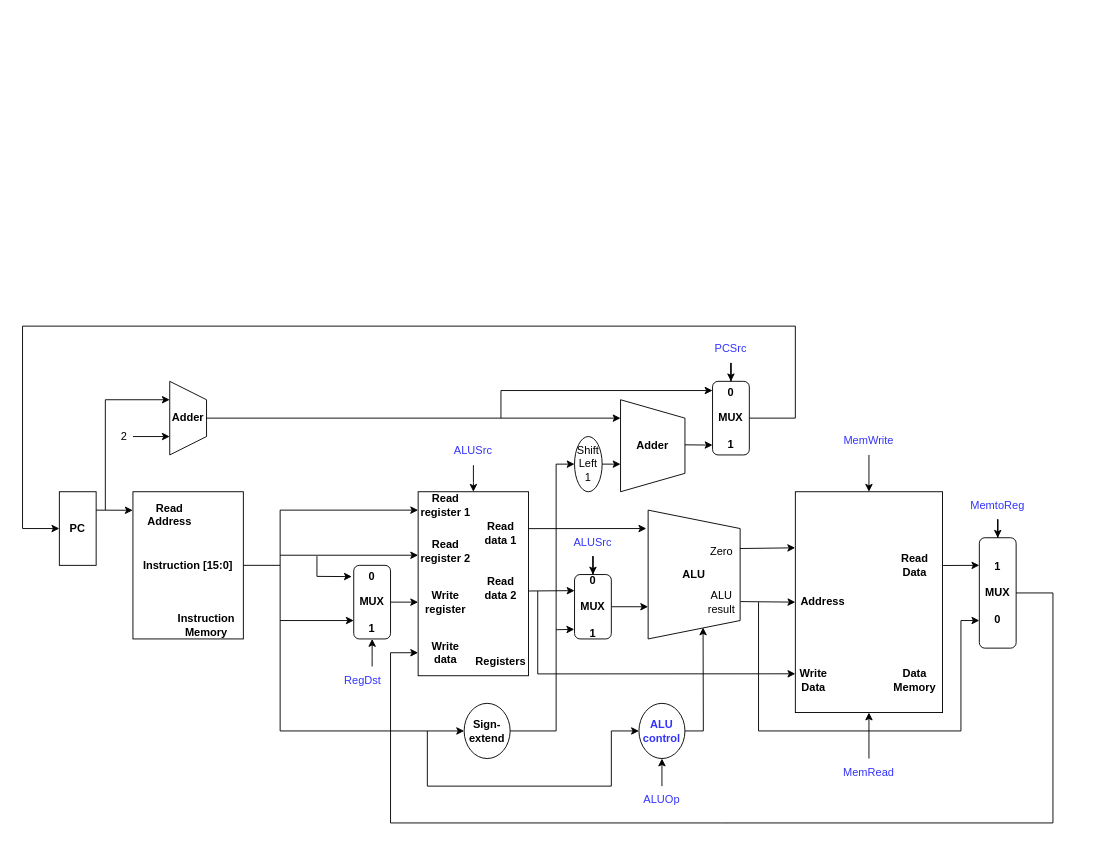
joshmeiyb/ECE552 keeps this draw.io diagram as WISC-SP22.drawio. Above is the earlier version. Source tidied: cells renumbered, new cells numbered last; positions are measured from the earlier drawing's top-left corner, leaving out a move shared by most shapes. Both pictures are drawn from the tidied source at 92%, with x=0, y=0 at pixel (22, 326).
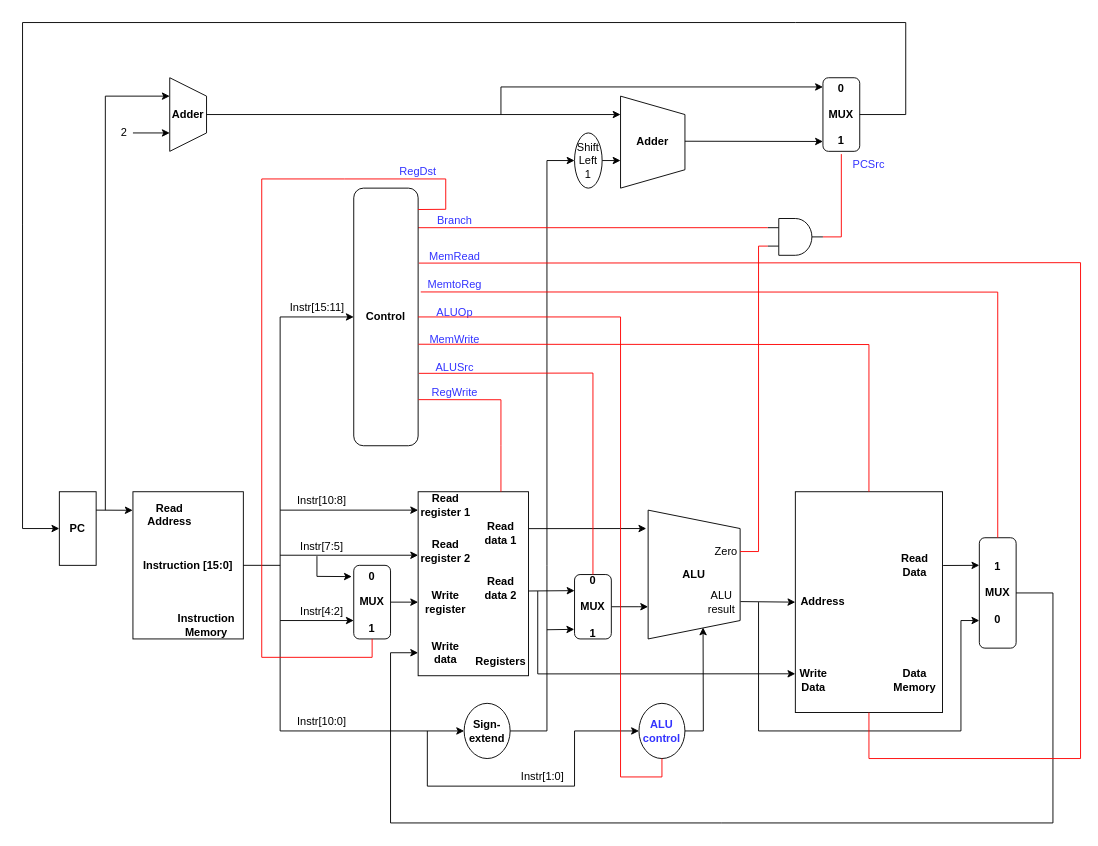
The same page after the edit.

Unchanged cells that the change refers to:
```xml
<mxCell id="2" value="&lt;b&gt;PC&lt;/b&gt;" style="rounded=0;whiteSpace=wrap;html=1;" parent="1" vertex="1">
  <mxGeometry x="40" y="180" width="40" height="80" as="geometry" />
</mxCell>
<mxCell id="13" style="rounded=0;whiteSpace=wrap;html=1;" parent="1" vertex="1">
  <mxGeometry x="430" y="180" width="120" height="200" as="geometry" />
</mxCell>
<mxCell id="15" value="&lt;b&gt;0&lt;br&gt;&lt;br&gt;MUX&lt;br&gt;&lt;br&gt;1&lt;/b&gt;" style="rounded=1;whiteSpace=wrap;html=1;" parent="1" vertex="1">
  <mxGeometry x="360" y="260" width="40" height="80" as="geometry" />
</mxCell>
<mxCell id="16" value="&lt;b&gt;Read&lt;br&gt;register 1&lt;/b&gt;" style="text;html=1;strokeColor=none;fillColor=none;align=center;verticalAlign=middle;whiteSpace=wrap;rounded=0;" parent="1" vertex="1">
  <mxGeometry x="430" y="180" width="60" height="30" as="geometry" />
</mxCell>
<mxCell id="31" value="&lt;b&gt;Sign-extend&lt;/b&gt;" style="ellipse;whiteSpace=wrap;html=1;" parent="1" vertex="1">
  <mxGeometry x="480" y="410" width="50" height="60" as="geometry" />
</mxCell>
<mxCell id="37" value="&lt;b&gt;0&lt;br&gt;&lt;br&gt;MUX&lt;br&gt;&lt;br&gt;1&lt;/b&gt;" style="rounded=1;whiteSpace=wrap;html=1;" parent="1" vertex="1">
  <mxGeometry x="600" y="270" width="40" height="70" as="geometry" />
</mxCell>
<mxCell id="38" value="&lt;b&gt;ALU&lt;/b&gt;" style="shape=trapezoid;perimeter=trapezoidPerimeter;whiteSpace=wrap;html=1;fixedSize=1;direction=south;" parent="1" vertex="1">
  <mxGeometry x="680" y="200" width="100" height="140" as="geometry" />
</mxCell>
<mxCell id="42" style="rounded=0;whiteSpace=wrap;html=1;" parent="1" vertex="1">
  <mxGeometry x="840" y="180" width="160" height="240" as="geometry" />
</mxCell>
<mxCell id="46" value="&lt;b&gt;1&lt;br&gt;&lt;br&gt;MUX&lt;br&gt;&lt;br&gt;0&lt;/b&gt;" style="rounded=1;whiteSpace=wrap;html=1;" parent="1" vertex="1">
  <mxGeometry x="1040" y="230" width="40" height="120" as="geometry" />
</mxCell>
<mxCell id="49" value="&lt;font color=&quot;#3333ff&quot;&gt;&lt;b&gt;ALU&lt;br&gt;control&lt;/b&gt;&lt;/font&gt;" style="ellipse;whiteSpace=wrap;html=1;" parent="1" vertex="1">
  <mxGeometry x="670" y="410" width="50" height="60" as="geometry" />
</mxCell>
```

Diff of the diagram source:
```diff
@@
     <mxCell id="6" value="&lt;b&gt;Adder&lt;/b&gt;" style="shape=trapezoid;perimeter=trapezoidPerimeter;whiteSpace=wrap;html=1;fixedSize=1;direction=south;" parent="1" vertex="1">
-      <mxGeometry x="160" y="60" width="40" height="80" as="geometry" />
+      <mxGeometry x="160" y="-270" width="40" height="80" as="geometry" />
     </mxCell>
     <mxCell id="7" style="endArrow=classic;html=1;rounded=0;entryX=0.25;entryY=1;entryDx=0;entryDy=0;" parent="1" edge="1" target="6">
       <mxGeometry relative="1" as="geometry">
         <mxPoint x="90" y="200" as="sourcePoint" />
         <Array as="points">
-          <mxPoint x="90" y="80" />
+          <mxPoint x="90" y="-250" />
         </Array>
       </mxGeometry>
     </mxCell>
     <mxCell id="8" style="endArrow=classic;html=1;rounded=0;entryX=0.75;entryY=1;entryDx=0;entryDy=0;" parent="1" edge="1" target="6">
       <mxGeometry relative="1" as="geometry">
-        <mxPoint x="120" y="120" as="sourcePoint" />
+        <mxPoint x="120" y="-210" as="sourcePoint" />
       </mxGeometry>
     </mxCell>
@@
     <mxCell id="10" value="&lt;b&gt;Adder&lt;/b&gt;" style="shape=trapezoid;perimeter=trapezoidPerimeter;whiteSpace=wrap;html=1;fixedSize=1;direction=south;" parent="1" vertex="1">
-      <mxGeometry x="650" y="80" width="70" height="100" as="geometry" />
+      <mxGeometry x="650" y="-250" width="70" height="100" as="geometry" />
     </mxCell>
     <mxCell id="11" style="edgeStyle=orthogonalEdgeStyle;rounded=0;jettySize=auto;html=1;entryX=0.7;entryY=1;entryDx=0;entryDy=0;entryPerimeter=0;" parent="1" edge="1" target="10">
       <mxGeometry relative="1" as="geometry">
-        <mxPoint x="630" y="150" as="sourcePoint" />
+        <mxPoint x="630" y="-180" as="sourcePoint" />
       </mxGeometry>
     </mxCell>
     <mxCell id="12" value="Shift&lt;br&gt;Left 1" style="ellipse;whiteSpace=wrap;html=1;" parent="1" vertex="1">
-      <mxGeometry x="600" y="120" width="30" height="60" as="geometry" />
+      <mxGeometry x="600" y="-210" width="30" height="60" as="geometry" />
     </mxCell>
@@
     <mxCell id="26" value="2" style="text;html=1;align=center;verticalAlign=middle;strokeColor=none;fillColor=none;" parent="1" vertex="1">
-      <mxGeometry x="100" y="110" width="20" height="20" as="geometry" />
+      <mxGeometry x="100" y="-220" width="20" height="20" as="geometry" />
     </mxCell>
     <mxCell id="27" value="&lt;b&gt;0&lt;br&gt;&lt;br&gt;MUX&lt;br&gt;&lt;br&gt;1&lt;/b&gt;" style="rounded=1;whiteSpace=wrap;html=1;" parent="1" vertex="1">
-      <mxGeometry x="750" y="60" width="40" height="80" as="geometry" />
+      <mxGeometry x="870" y="-270" width="40" height="80" as="geometry" />
     </mxCell>
-    <mxCell id="28" style="endArrow=classic;html=1;rounded=0;entryX=0.75;entryY=1;entryDx=0;entryDy=0;" parent="1" edge="1">
+    <mxCell id="28" style="endArrow=classic;html=1;rounded=0;entryX=0;entryY=0.866;entryDx=0;entryDy=0;entryPerimeter=0;" parent="1" edge="1" target="27">
       <mxGeometry relative="1" as="geometry">
-        <mxPoint x="720" y="129" as="sourcePoint" />
-        <mxPoint x="750" y="129.3" as="targetPoint" />
+        <mxPoint x="720" y="-201" as="sourcePoint" />
       </mxGeometry>
     </mxCell>
     <mxCell id="29" style="endArrow=classic;html=1;rounded=0;" parent="1" edge="1">
       <mxGeometry relative="1" as="geometry">
-        <mxPoint x="520" y="100" as="sourcePoint" />
-        <mxPoint x="750" y="70" as="targetPoint" />
+        <mxPoint x="520" y="-230" as="sourcePoint" />
+        <mxPoint x="870" y="-260" as="targetPoint" />
         <Array as="points">
-          <mxPoint x="520" y="70" />
+          <mxPoint x="520" y="-260" />
         </Array>
       </mxGeometry>
     </mxCell>
     <mxCell id="30" style="endArrow=classic;html=1;rounded=0;entryX=0;entryY=0.5;entryDx=0;entryDy=0;exitX=1;exitY=0.5;exitDx=0;exitDy=0;" parent="1" edge="1" source="27" target="2">
       <mxGeometry relative="1" as="geometry">
         <Array as="points">
-          <mxPoint x="840" y="100" />
-          <mxPoint x="840" />
-          <mxPoint />
+          <mxPoint x="960" y="-230" />
+          <mxPoint x="960" y="-330" />
+          <mxPoint x="840" y="-330" />
+          <mxPoint y="-330" />
+          <mxPoint y="-110" />
+          <mxPoint y="40" />
           <mxPoint y="220" />
         </Array>
       </mxGeometry>
     </mxCell>
@@
-    <mxCell id="35" style="endArrow=classic;html=1;rounded=0;exitX=1;exitY=0.5;exitDx=0;exitDy=0;entryX=0;entryY=0.5;entryDx=0;entryDy=0;" parent="1" edge="1" source="31" target="12">
-      <mxGeometry relative="1" as="geometry">
-        <Array as="points">
-          <mxPoint x="580" y="440" />
-          <mxPoint x="580" y="300" />
-          <mxPoint x="580" y="150" />
-        </Array>
-      </mxGeometry>
-    </mxCell>
@@
     <mxCell id="41" style="endArrow=classic;html=1;rounded=0;entryX=-0.007;entryY=0.851;entryDx=0;entryDy=0;entryPerimeter=0;" parent="1" edge="1" target="37">
       <mxGeometry relative="1" as="geometry">
-        <mxPoint x="580" y="330" as="sourcePoint" />
+        <mxPoint x="570" y="330" as="sourcePoint" />
       </mxGeometry>
     </mxCell>
@@
-    <mxCell id="44" style="endArrow=classic;html=1;rounded=0;exitX=0.298;exitY=0.001;exitDx=0;exitDy=0;entryX=-0.001;entryY=0.254;entryDx=0;entryDy=0;exitPerimeter=0;entryPerimeter=0;" parent="1" edge="1" source="38" target="42">
-      <mxGeometry relative="1" as="geometry" />
-    </mxCell>
@@
     <mxCell id="50" style="endArrow=classic;html=1;rounded=0;entryX=0;entryY=0.5;entryDx=0;entryDy=0;" parent="1" edge="1" target="49">
       <mxGeometry relative="1" as="geometry">
         <mxPoint x="440" y="440" as="sourcePoint" />
         <Array as="points">
           <mxPoint x="440" y="500" />
-          <mxPoint x="640" y="500" />
-          <mxPoint x="640" y="440" />
+          <mxPoint x="600" y="500" />
+          <mxPoint x="600" y="440" />
         </Array>
       </mxGeometry>
     </mxCell>
@@
-    <mxCell id="52" style="edgeStyle=orthogonalEdgeStyle;rounded=0;jettySize=auto;html=1;" parent="1" edge="1" source="53" target="49">
-      <mxGeometry relative="1" as="geometry">
-        <Array as="points">
-          <mxPoint x="695" y="490" />
-          <mxPoint x="695" y="490" />
-        </Array>
-      </mxGeometry>
-    </mxCell>
-    <mxCell id="53" value="&lt;font color=&quot;#3333ff&quot;&gt;ALUOp&lt;/font&gt;" style="text;html=1;strokeColor=none;fillColor=none;align=center;verticalAlign=middle;whiteSpace=wrap;rounded=0;" parent="1" vertex="1">
-      <mxGeometry x="665" y="500" width="60" height="30" as="geometry" />
-    </mxCell>
@@
-    <mxCell id="55" style="edgeStyle=orthogonalEdgeStyle;rounded=0;jettySize=auto;html=1;" parent="1" edge="1" source="56" target="37">
-      <mxGeometry relative="1" as="geometry" />
-    </mxCell>
-    <mxCell id="56" value="&lt;font color=&quot;#3333ff&quot;&gt;ALUSrc&lt;/font&gt;" style="text;html=1;strokeColor=none;fillColor=none;align=center;verticalAlign=middle;whiteSpace=wrap;rounded=0;" parent="1" vertex="1">
-      <mxGeometry x="590" y="220" width="60" height="30" as="geometry" />
-    </mxCell>
-    <mxCell id="57" style="edgeStyle=orthogonalEdgeStyle;rounded=0;jettySize=auto;html=1;entryX=1;entryY=0;entryDx=0;entryDy=0;exitX=0.501;exitY=1.037;exitDx=0;exitDy=0;exitPerimeter=0;" parent="1" edge="1" source="58" target="16">
-      <mxGeometry relative="1" as="geometry">
-        <Array as="points">
-          <mxPoint x="490" y="170" />
-          <mxPoint x="490" y="180" />
-        </Array>
-      </mxGeometry>
-    </mxCell>
-    <mxCell id="58" value="&lt;font color=&quot;#3333ff&quot;&gt;ALUSrc&lt;/font&gt;" style="text;html=1;strokeColor=none;fillColor=none;align=center;verticalAlign=middle;whiteSpace=wrap;rounded=0;" parent="1" vertex="1">
-      <mxGeometry x="460" y="120" width="60" height="30" as="geometry" />
-    </mxCell>
-    <mxCell id="59" style="edgeStyle=orthogonalEdgeStyle;rounded=0;jettySize=auto;html=1;" parent="1" edge="1" source="60" target="15">
-      <mxGeometry relative="1" as="geometry">
-        <Array as="points">
-          <mxPoint x="380" y="360" />
-          <mxPoint x="380" y="360" />
-        </Array>
-      </mxGeometry>
-    </mxCell>
     <mxCell id="60" value="&lt;font color=&quot;#3333ff&quot;&gt;RegDst&lt;/font&gt;" style="text;html=1;strokeColor=none;fillColor=none;align=center;verticalAlign=middle;whiteSpace=wrap;rounded=0;" parent="1" vertex="1">
-      <mxGeometry x="340" y="370" width="60" height="30" as="geometry" />
+      <mxGeometry x="400" y="-183" width="60" height="30" as="geometry" />
     </mxCell>
-    <mxCell id="61" style="edgeStyle=orthogonalEdgeStyle;rounded=0;jettySize=auto;html=1;fontColor=#3333FF;" parent="1" edge="1" source="62" target="27">
-      <mxGeometry relative="1" as="geometry" />
-    </mxCell>
-    <mxCell id="62" value="&lt;font color=&quot;#3333ff&quot;&gt;PCSrc&lt;/font&gt;" style="text;html=1;strokeColor=none;fillColor=none;align=center;verticalAlign=middle;whiteSpace=wrap;rounded=0;" parent="1" vertex="1">
-      <mxGeometry x="740" y="10" width="60" height="30" as="geometry" />
-    </mxCell>
-    <mxCell id="63" style="edgeStyle=orthogonalEdgeStyle;rounded=0;jettySize=auto;html=1;fontColor=#3333FF;" parent="1" edge="1" source="64" target="42">
-      <mxGeometry relative="1" as="geometry" />
-    </mxCell>
-    <mxCell id="64" value="&lt;font color=&quot;#3333ff&quot;&gt;MemWrite&lt;/font&gt;" style="text;html=1;strokeColor=none;fillColor=none;align=center;verticalAlign=middle;whiteSpace=wrap;rounded=0;" parent="1" vertex="1">
-      <mxGeometry x="890" y="110" width="60" height="30" as="geometry" />
-    </mxCell>
-    <mxCell id="65" style="edgeStyle=orthogonalEdgeStyle;rounded=0;jettySize=auto;html=1;fontColor=#3333FF;" parent="1" edge="1" source="66" target="46">
-      <mxGeometry relative="1" as="geometry" />
-    </mxCell>
     <mxCell id="66" value="&lt;font color=&quot;#3333ff&quot;&gt;MemtoReg&lt;/font&gt;" style="text;html=1;strokeColor=none;fillColor=none;align=center;verticalAlign=middle;whiteSpace=wrap;rounded=0;" parent="1" vertex="1">
-      <mxGeometry x="1030" y="180" width="60" height="30" as="geometry" />
+      <mxGeometry x="440" y="-60" width="60" height="30" as="geometry" />
     </mxCell>
-    <mxCell id="67" style="edgeStyle=orthogonalEdgeStyle;rounded=0;jettySize=auto;html=1;fontColor=#3333FF;" parent="1" edge="1" source="68" target="42">
-      <mxGeometry relative="1" as="geometry" />
-    </mxCell>
-    <mxCell id="68" value="&lt;font color=&quot;#3333ff&quot;&gt;MemRead&lt;/font&gt;" style="text;html=1;strokeColor=none;fillColor=none;align=center;verticalAlign=middle;whiteSpace=wrap;rounded=0;" parent="1" vertex="1">
-      <mxGeometry x="890" y="470" width="60" height="30" as="geometry" />
-    </mxCell>
@@
     <mxCell id="70" value="&lt;font color=&quot;#000000&quot;&gt;Zero&lt;br&gt;&lt;/font&gt;" style="text;html=1;strokeColor=none;fillColor=none;align=center;verticalAlign=middle;whiteSpace=wrap;rounded=0;fontColor=#3333FF;" parent="1" vertex="1">
-      <mxGeometry x="730" y="230" width="60" height="30" as="geometry" />
+      <mxGeometry x="750" y="230" width="30" height="30" as="geometry" />
     </mxCell>
@@
+    <mxCell id="77" value="Instr[15:11]" style="text;html=1;align=center;verticalAlign=middle;strokeColor=none;fillColor=none;" parent="1" vertex="1">
+      <mxGeometry x="285" y="-30" width="70" height="20" as="geometry" />
+    </mxCell>
+    <mxCell id="35" style="endArrow=classic;html=1;rounded=0;entryX=0;entryY=0.5;entryDx=0;entryDy=0;exitX=1;exitY=0.5;exitDx=0;exitDy=0;" parent="1" edge="1" source="31" target="12">
+      <mxGeometry relative="1" as="geometry">
+        <Array as="points">
+          <mxPoint x="570" y="440" />
+          <mxPoint x="570" y="260" />
+          <mxPoint x="570" y="-180" />
+        </Array>
+      </mxGeometry>
+    </mxCell>
+    <mxCell id="78" style="endArrow=classic;html=1;rounded=0;entryX=0;entryY=0.5;entryDx=0;entryDy=0;" parent="1" edge="1" target="86">
+      <mxGeometry relative="1" as="geometry">
+        <mxPoint x="280" y="200" as="sourcePoint" />
+        <Array as="points">
+          <mxPoint x="280" y="-10" />
+        </Array>
+      </mxGeometry>
+    </mxCell>
+    <mxCell id="79" value="Instr[10:8]" style="text;html=1;align=center;verticalAlign=middle;strokeColor=none;fillColor=none;" parent="1" vertex="1">
+      <mxGeometry x="290" y="180" width="70" height="20" as="geometry" />
+    </mxCell>
+    <mxCell id="80" value="Instr[7:5]" style="text;html=1;align=center;verticalAlign=middle;strokeColor=none;fillColor=none;" parent="1" vertex="1">
+      <mxGeometry x="295" y="230" width="60" height="20" as="geometry" />
+    </mxCell>
+    <mxCell id="81" value="Instr[4:2]" style="text;html=1;align=center;verticalAlign=middle;strokeColor=none;fillColor=none;" parent="1" vertex="1">
+      <mxGeometry x="295" y="300" width="60" height="20" as="geometry" />
+    </mxCell>
+    <mxCell id="82" value="Instr[10:0]" style="text;html=1;align=center;verticalAlign=middle;strokeColor=none;fillColor=none;" parent="1" vertex="1">
+      <mxGeometry x="290" y="420" width="70" height="20" as="geometry" />
+    </mxCell>
+    <mxCell id="83" style="verticalLabelPosition=bottom;shadow=0;dashed=0;align=center;html=1;verticalAlign=top;shape=mxgraph.electrical.logic_gates.logic_gate;operation=and;" parent="1" vertex="1">
+      <mxGeometry x="810" y="-117" width="60" height="40" as="geometry" />
+    </mxCell>
+    <mxCell id="84" style="endArrow=none;html=1;rounded=0;exitX=1;exitY=0.5;exitDx=0;exitDy=0;strokeColor=#FF0000;" parent="1" edge="1" source="70">
+      <mxGeometry relative="1" as="geometry">
+        <mxPoint x="810" y="-87" as="targetPoint" />
+        <Array as="points">
+          <mxPoint x="800" y="245" />
+          <mxPoint x="800" y="-87" />
+        </Array>
+      </mxGeometry>
+    </mxCell>
+    <mxCell id="85" style="endArrow=none;html=1;rounded=0;strokeColor=#FF0000;entryX=0;entryY=0.25;entryDx=0;entryDy=0;entryPerimeter=0;" parent="1" edge="1" target="83">
+      <mxGeometry relative="1" as="geometry">
+        <mxPoint x="430" y="-107" as="sourcePoint" />
+      </mxGeometry>
+    </mxCell>
+    <mxCell id="86" value="&lt;b&gt;Control&lt;/b&gt;" style="rounded=1;whiteSpace=wrap;html=1;" parent="1" vertex="1">
+      <mxGeometry x="360" y="-150" width="70" height="280" as="geometry" />
+    </mxCell>
+    <mxCell id="87" value="&lt;font color=&quot;#3333ff&quot;&gt;Branch&lt;/font&gt;" style="text;html=1;strokeColor=none;fillColor=none;align=center;verticalAlign=middle;whiteSpace=wrap;rounded=0;" parent="1" vertex="1">
+      <mxGeometry x="440" y="-130" width="60" height="30" as="geometry" />
+    </mxCell>
+    <mxCell id="88" style="endArrow=none;html=1;rounded=0;strokeColor=#FF0000;exitX=1.011;exitY=0.291;exitDx=0;exitDy=0;exitPerimeter=0;entryX=0.5;entryY=1;entryDx=0;entryDy=0;" parent="1" edge="1" source="86" target="42">
+      <mxGeometry relative="1" as="geometry">
+        <Array as="points">
+          <mxPoint x="1150" y="-69" />
+          <mxPoint x="1150" y="470" />
+          <mxPoint x="920" y="470" />
+        </Array>
+      </mxGeometry>
+    </mxCell>
+    <mxCell id="68" value="&lt;font color=&quot;#3333ff&quot;&gt;MemRead&lt;/font&gt;" style="text;html=1;strokeColor=none;fillColor=none;align=center;verticalAlign=middle;whiteSpace=wrap;rounded=0;" parent="1" vertex="1">
+      <mxGeometry x="440" y="-90" width="60" height="30" as="geometry" />
+    </mxCell>
+    <mxCell id="89" style="endArrow=none;html=1;rounded=0;strokeColor=#FF0000;entryX=0.5;entryY=1;entryDx=0;entryDy=0;exitX=1;exitY=0.5;exitDx=0;exitDy=0;exitPerimeter=0;" parent="1" edge="1" source="83">
+      <mxGeometry relative="1" as="geometry">
+        <mxPoint x="890" y="-187" as="targetPoint" />
+        <Array as="points">
+          <mxPoint x="890" y="-97" />
+        </Array>
+      </mxGeometry>
+    </mxCell>
+    <mxCell id="53" value="&lt;font color=&quot;#3333ff&quot;&gt;ALUOp&lt;/font&gt;" style="text;html=1;strokeColor=none;fillColor=none;align=center;verticalAlign=middle;whiteSpace=wrap;rounded=0;" parent="1" vertex="1">
+      <mxGeometry x="440" y="-30" width="60" height="30" as="geometry" />
+    </mxCell>
+    <mxCell id="90" style="endArrow=none;html=1;rounded=0;strokeColor=#FF0000;exitX=1;exitY=0.5;exitDx=0;exitDy=0;entryX=0.5;entryY=1;entryDx=0;entryDy=0;" parent="1" edge="1" source="86" target="49">
+      <mxGeometry relative="1" as="geometry">
+        <Array as="points">
+          <mxPoint x="650" y="-10" />
+          <mxPoint x="650" y="490" />
+          <mxPoint x="695" y="490" />
+        </Array>
+      </mxGeometry>
+    </mxCell>
+    <mxCell id="64" value="&lt;font color=&quot;#3333ff&quot;&gt;MemWrite&lt;/font&gt;" style="text;html=1;strokeColor=none;fillColor=none;align=center;verticalAlign=middle;whiteSpace=wrap;rounded=0;" parent="1" vertex="1">
+      <mxGeometry x="440" width="60" height="30" as="geometry" />
+    </mxCell>
+    <mxCell id="91" style="endArrow=none;html=1;rounded=0;strokeColor=#FF0000;entryX=0.5;entryY=0;entryDx=0;entryDy=0;exitX=1.004;exitY=0.606;exitDx=0;exitDy=0;exitPerimeter=0;" parent="1" edge="1" source="86" target="42">
+      <mxGeometry relative="1" as="geometry">
+        <Array as="points">
+          <mxPoint x="920" y="20" />
+        </Array>
+      </mxGeometry>
+    </mxCell>
+    <mxCell id="92" value="&lt;font color=&quot;#3333ff&quot;&gt;ALUSrc&lt;/font&gt;" style="text;html=1;strokeColor=none;fillColor=none;align=center;verticalAlign=middle;whiteSpace=wrap;rounded=0;" parent="1" vertex="1">
+      <mxGeometry x="440" y="30" width="60" height="30" as="geometry" />
+    </mxCell>
+    <mxCell id="93" style="endArrow=none;html=1;rounded=0;strokeColor=#FF0000;exitX=1.011;exitY=0.719;exitDx=0;exitDy=0;exitPerimeter=0;entryX=0.5;entryY=0;entryDx=0;entryDy=0;" parent="1" edge="1" source="86" target="37">
+      <mxGeometry relative="1" as="geometry">
+        <Array as="points">
+          <mxPoint x="620" y="51" />
+        </Array>
+      </mxGeometry>
+    </mxCell>
+    <mxCell id="94" style="endArrow=none;html=1;rounded=0;strokeColor=#FF0000;exitX=1.006;exitY=0.821;exitDx=0;exitDy=0;exitPerimeter=0;entryX=0.75;entryY=0;entryDx=0;entryDy=0;" parent="1" edge="1" source="86" target="13">
+      <mxGeometry relative="1" as="geometry">
+        <Array as="points">
+          <mxPoint x="520" y="80" />
+          <mxPoint x="520" y="130" />
+        </Array>
+      </mxGeometry>
+    </mxCell>
+    <mxCell id="95" value="&lt;font color=&quot;#3333ff&quot;&gt;RegWrite&lt;/font&gt;" style="text;html=1;strokeColor=none;fillColor=none;align=center;verticalAlign=middle;whiteSpace=wrap;rounded=0;" parent="1" vertex="1">
+      <mxGeometry x="440" y="57" width="60" height="30" as="geometry" />
+    </mxCell>
+    <mxCell id="96" style="endArrow=none;html=1;rounded=0;strokeColor=#FF0000;entryX=1;entryY=0.083;entryDx=0;entryDy=0;entryPerimeter=0;exitX=0.5;exitY=1;exitDx=0;exitDy=0;" parent="1" edge="1" source="15" target="86">
+      <mxGeometry relative="1" as="geometry">
+        <Array as="points">
+          <mxPoint x="380" y="360" />
+          <mxPoint x="260" y="360" />
+          <mxPoint x="260" y="-160" />
+          <mxPoint x="350" y="-160" />
+          <mxPoint x="460" y="-160" />
+          <mxPoint x="460" y="-127" />
+        </Array>
+      </mxGeometry>
+    </mxCell>
+    <mxCell id="97" style="endArrow=none;html=1;rounded=0;strokeColor=#FF0000;exitX=1.041;exitY=0.403;exitDx=0;exitDy=0;exitPerimeter=0;entryX=0.5;entryY=0;entryDx=0;entryDy=0;" parent="1" edge="1" source="86" target="46">
+      <mxGeometry relative="1" as="geometry">
+        <Array as="points">
+          <mxPoint x="1060" y="-37" />
+        </Array>
+      </mxGeometry>
+    </mxCell>
+    <mxCell id="62" value="&lt;font color=&quot;#3333ff&quot;&gt;PCSrc&lt;/font&gt;" style="text;html=1;strokeColor=none;fillColor=none;align=center;verticalAlign=middle;whiteSpace=wrap;rounded=0;" parent="1" vertex="1">
+      <mxGeometry x="890" y="-190" width="60" height="30" as="geometry" />
+    </mxCell>
+    <mxCell id="98" value="Instr[1:0]" style="text;html=1;align=center;verticalAlign=middle;strokeColor=none;fillColor=none;" parent="1" vertex="1">
+      <mxGeometry x="535" y="480" width="60" height="20" as="geometry" />
+    </mxCell>
```
